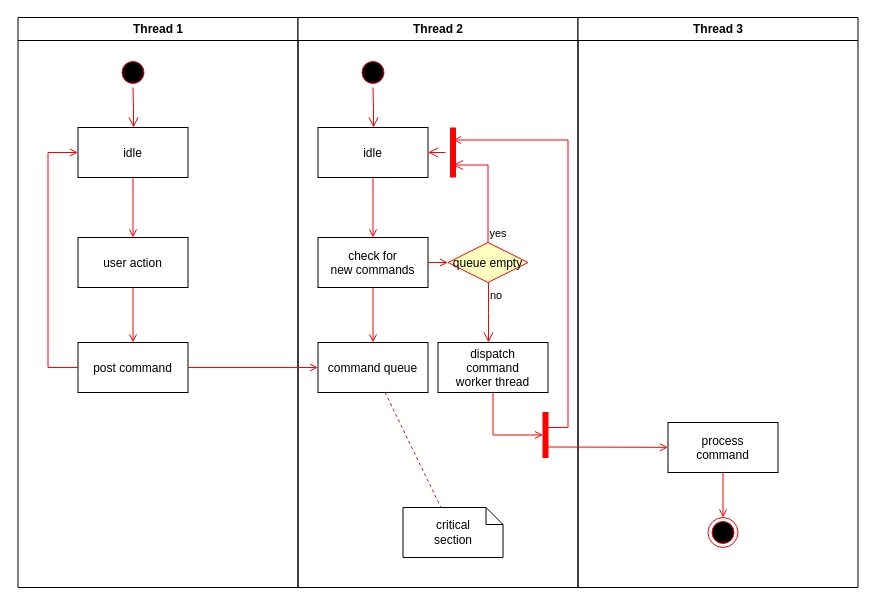
This is Untitled Diagram.drawio from mshevaatallah/bengkel-diagram, a draw.io file, before an edit. Source tidied: cells renumbered, new cells numbered last; positions are measured from the earlier drawing's top-left corner, leaving out a move shared by most shapes. Both pictures are drawn from the tidied source at 100%, with x=0, y=0 at pixel (17, 17).
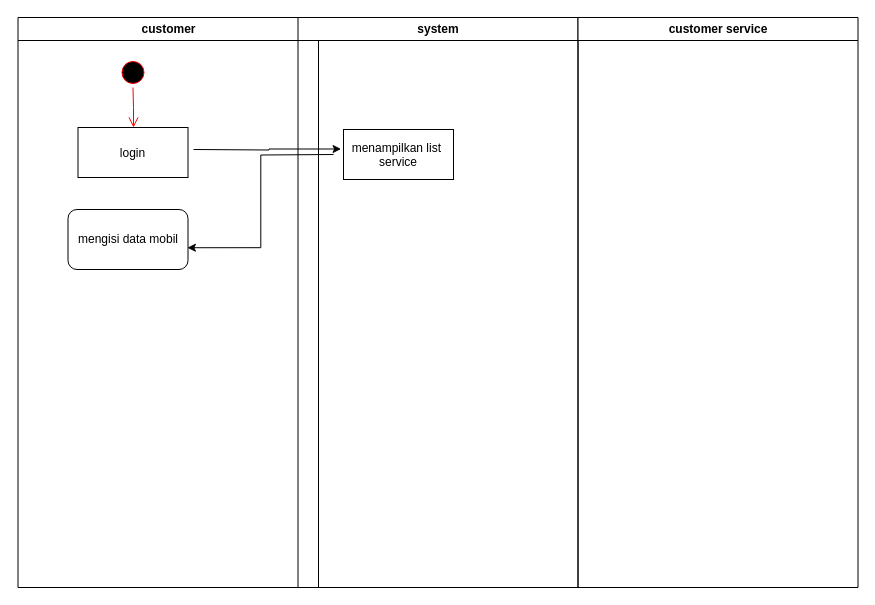
The same page after the edit.

Change to the diagram source:
```diff
@@
-    <mxCell id="2" value="Thread 1" style="swimlane;whiteSpace=wrap;" parent="1" vertex="1">
-      <mxGeometry x="0.5" width="280" height="570" as="geometry" />
+    <mxCell id="2" value="customer" style="swimlane;whiteSpace=wrap;" parent="1" vertex="1">
+      <mxGeometry x="0.5" width="300.5" height="570" as="geometry" />
     </mxCell>
@@
-    <mxCell id="5" value="idle" parent="2" vertex="1">
+    <mxCell id="5" value="login" parent="2" vertex="1">
       <mxGeometry x="60" y="110" width="110" height="50" as="geometry" />
     </mxCell>
-    <mxCell id="6" value="user action" parent="2" vertex="1">
-      <mxGeometry x="60" y="220" width="110" height="50" as="geometry" />
-    </mxCell>
-    <mxCell id="7" style="endArrow=open;strokeColor=#FF0000;endFill=1;rounded=0;" parent="2" edge="1" source="5" target="6">
-      <mxGeometry relative="1" as="geometry" />
-    </mxCell>
-    <mxCell id="8" value="post command" parent="2" vertex="1">
-      <mxGeometry x="60" y="325" width="110" height="50" as="geometry" />
-    </mxCell>
-    <mxCell id="9" style="endArrow=open;strokeColor=#FF0000;endFill=1;rounded=0;" parent="2" edge="1" source="6" target="8">
-      <mxGeometry relative="1" as="geometry" />
-    </mxCell>
-    <mxCell id="10" style="edgeStyle=elbowEdgeStyle;elbow=horizontal;strokeColor=#FF0000;endArrow=open;endFill=1;rounded=0;" parent="2" edge="1" source="8" target="5">
-      <mxGeometry relative="1" as="geometry">
-        <Array as="points">
-          <mxPoint x="30" y="250" />
-        </Array>
-      </mxGeometry>
-    </mxCell>
+    <mxCell id="37" value="mengisi data mobil" style="rounded=1;whiteSpace=wrap;html=1;" parent="2" vertex="1">
+      <mxGeometry x="50" y="192" width="120" height="60" as="geometry" />
+    </mxCell>
-    <mxCell id="11" value="Thread 2" style="swimlane;whiteSpace=wrap;" parent="1" vertex="1">
+    <mxCell id="11" value="system" style="swimlane;whiteSpace=wrap;" parent="1" vertex="1">
       <mxGeometry x="280.5" width="280" height="570" as="geometry" />
     </mxCell>
-    <mxCell id="12" style="ellipse;shape=startState;fillColor=#000000;strokeColor=#ff0000;" parent="11" vertex="1">
-      <mxGeometry x="60" y="40" width="30" height="30" as="geometry" />
-    </mxCell>
-    <mxCell id="13" style="edgeStyle=elbowEdgeStyle;elbow=horizontal;verticalAlign=bottom;endArrow=open;endSize=8;strokeColor=#FF0000;endFill=1;rounded=0;" parent="11" edge="1" source="12" target="14">
-      <mxGeometry x="40" y="20" as="geometry" />
-    </mxCell>
-    <mxCell id="14" value="idle" parent="11" vertex="1">
-      <mxGeometry x="20" y="110" width="110" height="50" as="geometry" />
-    </mxCell>
-    <mxCell id="15" value="check for &#10;new commands" parent="11" vertex="1">
-      <mxGeometry x="20" y="220" width="110" height="50" as="geometry" />
-    </mxCell>
-    <mxCell id="16" style="endArrow=open;strokeColor=#FF0000;endFill=1;rounded=0;" parent="11" edge="1" source="14" target="15">
-      <mxGeometry relative="1" as="geometry" />
-    </mxCell>
-    <mxCell id="17" value="command queue" parent="11" vertex="1">
-      <mxGeometry x="20" y="325" width="110" height="50" as="geometry" />
-    </mxCell>
-    <mxCell id="18" style="endArrow=open;strokeColor=#FF0000;endFill=1;rounded=0;" parent="11" edge="1" source="15" target="17">
-      <mxGeometry relative="1" as="geometry" />
-    </mxCell>
-    <mxCell id="19" value="queue empty" style="rhombus;fillColor=#ffffc0;strokeColor=#ff0000;" parent="11" vertex="1">
-      <mxGeometry x="150" y="225" width="80" height="40" as="geometry" />
-    </mxCell>
-    <mxCell id="20" value="yes" style="edgeStyle=elbowEdgeStyle;elbow=horizontal;align=left;verticalAlign=bottom;endArrow=open;endSize=8;strokeColor=#FF0000;exitX=0.5;exitY=0;endFill=1;rounded=0;entryX=0.75;entryY=0.5;entryPerimeter=0;" parent="11" edge="1" source="19" target="23">
-      <mxGeometry x="-1" relative="1" as="geometry">
-        <Array as="points">
-          <mxPoint x="190" y="180" />
-        </Array>
-      </mxGeometry>
-    </mxCell>
-    <mxCell id="21" value="no" style="edgeStyle=elbowEdgeStyle;elbow=horizontal;align=left;verticalAlign=top;endArrow=open;endSize=8;strokeColor=#FF0000;endFill=1;rounded=0;" parent="11" edge="1" source="19" target="25">
-      <mxGeometry x="-1" relative="1" as="geometry" />
-    </mxCell>
-    <mxCell id="22" style="endArrow=open;strokeColor=#FF0000;endFill=1;rounded=0;" parent="11" edge="1" source="15" target="19">
-      <mxGeometry relative="1" as="geometry" />
-    </mxCell>
-    <mxCell id="23" style="shape=line;strokeWidth=6;strokeColor=#ff0000;rotation=90;" parent="11" vertex="1">
-      <mxGeometry x="130" y="127.5" width="50" height="15" as="geometry" />
-    </mxCell>
-    <mxCell id="24" style="edgeStyle=elbowEdgeStyle;elbow=horizontal;verticalAlign=bottom;endArrow=open;endSize=8;strokeColor=#FF0000;endFill=1;rounded=0;" parent="11" edge="1" source="23" target="14">
-      <mxGeometry x="130" y="90" as="geometry" />
-    </mxCell>
-    <mxCell id="25" value="dispatch&#10;command&#10;worker thread" parent="11" vertex="1">
-      <mxGeometry x="140" y="325" width="110" height="50" as="geometry" />
-    </mxCell>
-    <mxCell id="26" value="critical&#10;section" style="shape=note;whiteSpace=wrap;size=17;" parent="11" vertex="1">
-      <mxGeometry x="105" y="490" width="100" height="50" as="geometry" />
-    </mxCell>
-    <mxCell id="27" style="endArrow=none;strokeColor=#FF0000;endFill=0;rounded=0;dashed=1;" parent="11" edge="1" source="17" target="26">
-      <mxGeometry relative="1" as="geometry" />
-    </mxCell>
-    <mxCell id="28" style="whiteSpace=wrap;strokeColor=#FF0000;fillColor=#FF0000;" parent="11" vertex="1">
-      <mxGeometry x="245" y="395" width="5" height="45" as="geometry" />
-    </mxCell>
-    <mxCell id="29" style="edgeStyle=elbowEdgeStyle;elbow=horizontal;entryX=0;entryY=0.5;strokeColor=#FF0000;endArrow=open;endFill=1;rounded=0;" parent="11" edge="1" source="25" target="28">
-      <mxGeometry relative="1" as="geometry">
-        <Array as="points">
-          <mxPoint x="195" y="400" />
-        </Array>
-      </mxGeometry>
-    </mxCell>
+    <mxCell id="38" value="menampilkan list &#10;service" parent="11" vertex="1">
+      <mxGeometry x="45.5" y="112" width="110" height="50" as="geometry" />
+    </mxCell>
-    <mxCell id="30" value="Thread 3" style="swimlane;whiteSpace=wrap;" parent="1" vertex="1">
+    <mxCell id="30" value="customer service" style="swimlane;whiteSpace=wrap;" parent="1" vertex="1">
       <mxGeometry x="560.5" width="280" height="570" as="geometry" />
     </mxCell>
-    <mxCell id="31" value="process&#10;command" parent="30" vertex="1">
-      <mxGeometry x="90" y="405" width="110" height="50" as="geometry" />
-    </mxCell>
-    <mxCell id="32" style="edgeStyle=elbowEdgeStyle;elbow=horizontal;strokeColor=#FF0000;endArrow=open;endFill=1;rounded=0;entryX=0.25;entryY=0.5;entryPerimeter=0;" parent="30" edge="1" target="23">
-      <mxGeometry relative="1" as="geometry">
-        <mxPoint x="-30" y="410" as="sourcePoint" />
-        <Array as="points">
-          <mxPoint x="-10" y="135" />
-        </Array>
-      </mxGeometry>
-    </mxCell>
-    <mxCell id="33" style="edgeStyle=none;strokeColor=#FF0000;endArrow=open;endFill=1;rounded=0;" parent="30" edge="1" target="31">
-      <mxGeometry relative="1" as="geometry">
-        <mxPoint x="-30" y="429.5" as="sourcePoint" />
-      </mxGeometry>
-    </mxCell>
-    <mxCell id="34" style="ellipse;shape=endState;fillColor=#000000;strokeColor=#ff0000;" parent="30" vertex="1">
-      <mxGeometry x="130" y="500" width="30" height="30" as="geometry" />
-    </mxCell>
-    <mxCell id="35" style="endArrow=open;strokeColor=#FF0000;endFill=1;rounded=0;" parent="30" edge="1" source="31" target="34">
-      <mxGeometry relative="1" as="geometry" />
-    </mxCell>
-    <mxCell id="36" style="endArrow=open;strokeColor=#FF0000;endFill=1;rounded=0;" parent="1" edge="1" source="8" target="17">
-      <mxGeometry relative="1" as="geometry" />
-    </mxCell>
+    <mxCell id="39" style="edgeStyle=orthogonalEdgeStyle;rounded=0;jettySize=auto;html=1;entryX=-0.022;entryY=0.39;entryDx=0;entryDy=0;entryPerimeter=0;" parent="1" edge="1" target="38">
+      <mxGeometry relative="1" as="geometry">
+        <mxPoint x="176" y="132" as="sourcePoint" />
+      </mxGeometry>
+    </mxCell>
+    <mxCell id="40" style="edgeStyle=orthogonalEdgeStyle;rounded=0;jettySize=auto;html=1;entryX=0.995;entryY=0.637;entryDx=0;entryDy=0;entryPerimeter=0;" parent="1" edge="1" target="37">
+      <mxGeometry relative="1" as="geometry">
+        <mxPoint x="316" y="137" as="sourcePoint" />
+      </mxGeometry>
+    </mxCell>
```
